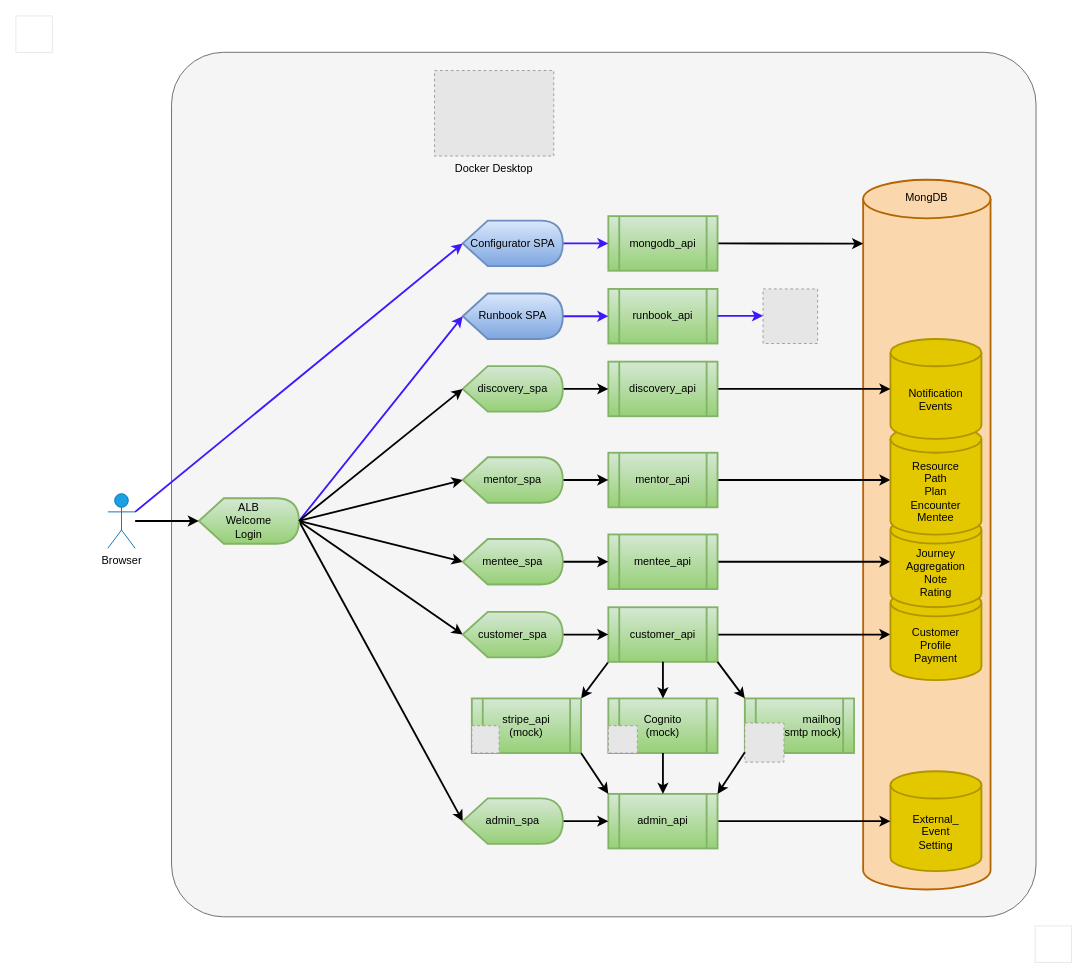
The draw.io diagram Specifications/ArchitectureDiagram.local.drawio in mentor-forge/mentorhub, before the edit. Source tidied: cells renumbered, new cells numbered last; positions are measured from the earlier drawing's top-left corner, leaving out a move shared by most shapes. Both pictures are drawn from the tidied source at 91%, with x=0, y=0 at pixel (15, 15). Pictures stored in the file or linked from it are replaced by grey dashed boxes.
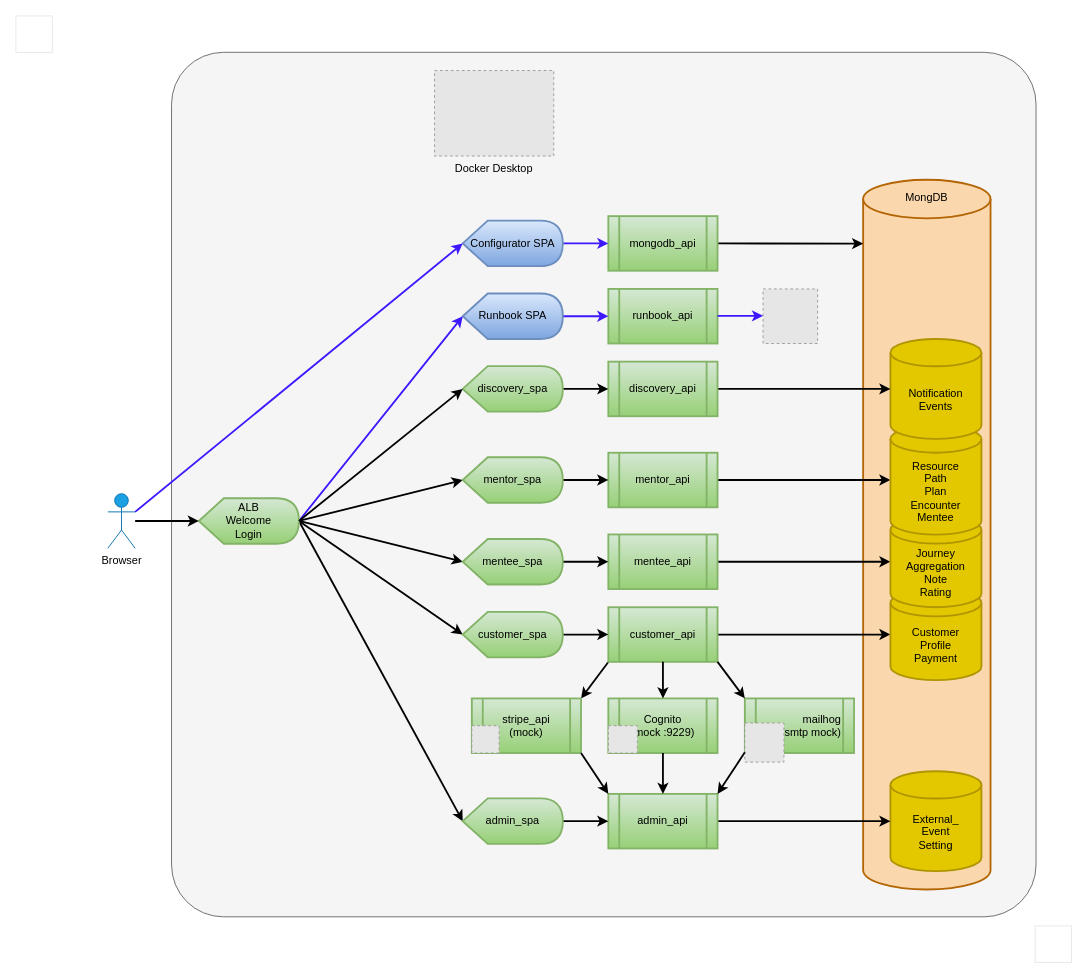
The same diagram, later.

Commit message (it also covers changes not shown here):
Ship L020: document cognito-local as the Developer Edition IdP mock.

Unchanged cells that the change refers to:
```xml
<mxCell id="45" style="group;" parent="1" vertex="1">
  <mxGeometry x="651" y="750" width="120" height="60" as="geometry" />
</mxCell>
```

The edit, as a diff of the source:
```diff
@@
-    <mxCell id="46" value="Cognito&lt;br&gt;(mock)" style="shape=process;whiteSpace=wrap;html=1;backgroundOutline=1;strokeColor=#82b366;strokeWidth=2;fillColor=#d5e8d4;gradientColor=#97d077;fontColor=#000000;" parent="45" vertex="1">
+    <mxCell id="46" value="Cognito&lt;br&gt;(mock :9229)" style="shape=process;whiteSpace=wrap;html=1;backgroundOutline=1;strokeColor=#82b366;strokeWidth=2;fillColor=#d5e8d4;gradientColor=#97d077;fontColor=#000000;" parent="45" vertex="1">
       <mxGeometry width="120" height="60" as="geometry" />
     </mxCell>
```
